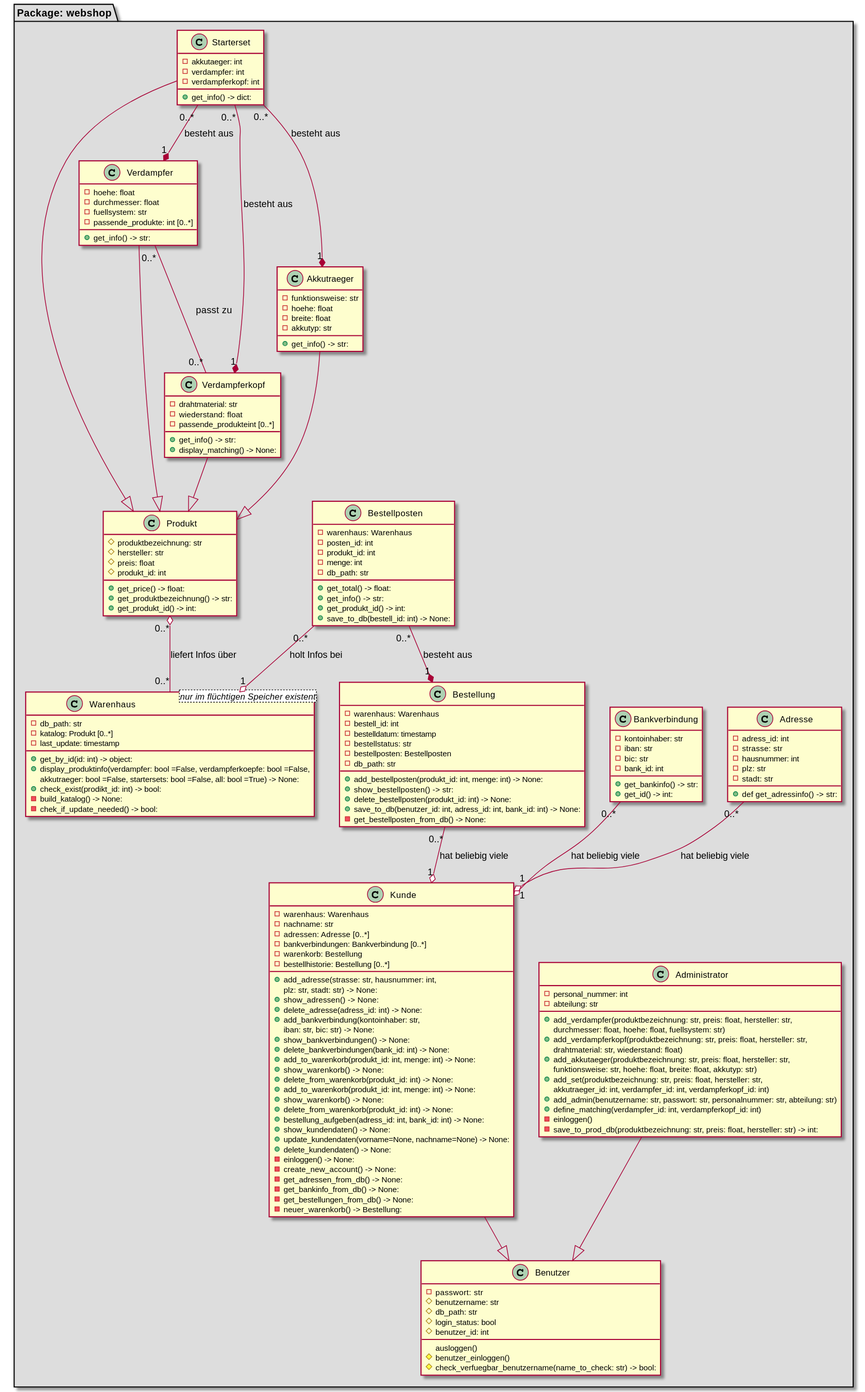
This is Schaubilder/Klassendiagramm.svg from jmk74871/Laborbericht-PRG24, a PlantUML export, as it was before one commit. Source of this version:
```plantuml
@startuml
package "Package: webshop" #DDDDDD{

class Administrator{
- personal_nummer: int
- abteilung: str

+ add_verdampfer(produktbezeichnung: str, preis: float, hersteller: str,
        durchmesser: float, hoehe: float, fuellsystem: str)
+ add_verdampferkopf(produktbezeichnung: str, preis: float, hersteller: str,
        drahtmaterial: str, wiederstand: float)
+ add_akkutaeger(produktbezeichnung: str, preis: float, hersteller: str,
        funktionsweise: str, hoehe: float, breite: float, akkutyp: str)
+ add_set(produktbezeichnung: str, preis: float, hersteller: str,
        akkutraeger_id: int, verdampfer_id: int, verdampferkopf_id: int)
+ add_admin(benutzername: str, passwort: str, personalnummer: str, abteilung: str)
+ define_matching(verdampfer_id: int, verdampferkopf_id: int)
- einloggen()
 -save_to_prod_db(produktbezeichnung: str, preis: float, hersteller: str) -> int:
}

class Benutzer{
- passwort: str
# benutzername: str
# db_path: str
# login_status: bool
# benutzer_id: int

ausloggen()
# benutzer_einloggen()
# check_verfuegbar_benutzername(name_to_check: str) -> bool:
}

class Kunde{
- warenhaus: Warenhaus
- nachname: str
- adressen: Adresse [0..*]
- bankverbindungen: Bankverbindung [0..*]
- warenkorb: Bestellung
- bestellhistorie: Bestellung [0..*]

+ add_adresse(strasse: str, hausnummer: int,
        plz: str, stadt: str) -> None:
+ show_adressen() -> None:
+ delete_adresse(adress_id: int) -> None:
+ add_bankverbindung(kontoinhaber: str,
        iban: str, bic: str) -> None:
+ show_bankverbindungen() -> None:
+ delete_bankverbindungen(bank_id: int) -> None:
+ add_to_warenkorb(produkt_id: int, menge: int) -> None:
+ show_warenkorb() -> None:
+ delete_from_warenkorb(produkt_id: int) -> None:
+ add_to_warenkorb(produkt_id: int, menge: int) -> None:
+ show_warenkorb() -> None:
+ delete_from_warenkorb(produkt_id: int) -> None:
+ bestellung_aufgeben(adress_id: int, bank_id: int) -> None:
+ show_kundendaten() -> None:
+ update_kundendaten(vorname=None, nachname=None) -> None:
+ delete_kundendaten() -> None:
- einloggen() -> None:
- create_new_account() -> None:
- get_adressen_from_db() -> None:
- get_bankinfo_from_db() -> None:
- get_bestellungen_from_db() -> None:
- neuer_warenkorb() -> Bestellung:
}

class Adresse{
- adress_id: int
- strasse: str
- hausnummer: int
- plz: str
- stadt: str

+ def get_adressinfo() -> str:
}

class Bankverbindung{
- kontoinhaber: str
- iban: str
- bic: str
- bank_id: int

+ get_bankinfo() -> str:
+ get_id() -> int:
}

class Bestellung{
- warenhaus: Warenhaus
- bestell_id: int
- bestelldatum: timestamp
- bestellstatus: str
- bestellposten: Bestellposten
- db_path: str

+ add_bestellposten(produkt_id: int, menge: int) -> None:
+ show_bestellposten() -> str:
+ delete_bestellposten(produkt_id: int) -> None:
+ save_to_db(benutzer_id: int, adress_id: int, bank_id: int) -> None:
- get_bestellposten_from_db() -> None:
}

class Bestellposten{
- warenhaus: Warenhaus
- posten_id: int
- produkt_id: int
- menge: int
- db_path: str

+ get_total() -> float:
+ get_info() -> str:
+ get_produkt_id() -> int:
+ save_to_db(bestell_id: int) -> None:
}

class Produkt{
# produktbezeichnung: str
# hersteller: str
# preis: float
# produkt_id: int

+ get_price() -> float:
+ get_produktbezeichnung() -> str:
+ get_produkt_id() -> int:
}

class Starterset{
- akkutaeger: int
- verdampfer: int
- verdampferkopf: int

+ get_info() -> dict:
}

class Verdampfer{
- hoehe: float
- durchmesser: float
- fuellsystem: str
- passende_produkte: int [0..*]

+ get_info() -> str:
}

class Verdampferkopf{
- drahtmaterial: str
- wiederstand: float
- passende_produkteint [0..*]

+ get_info() -> str:
+ display_matching() -> None:
}

class Akkutraeger{
- funktionsweise: str
- hoehe: float
- breite: float
- akkutyp: str

+ get_info() -> str:
}

class Warenhaus <nur im flüchtigen Speicher existent>{
- db_path: str
- katalog: Produkt [0..*]
- last_update: timestamp

+ get_by_id(id: int) -> object:
+ display_produktinfo(verdampfer: bool =False, verdampferkoepfe: bool =False,
        akkutraeger: bool =False, startersets: bool =False, all: bool =True) -> None:
+ check_exist(prodikt_id: int) -> bool:
- build_katalog() -> None:
- chek_if_update_needed() -> bool:
}



Verdampfer --|> Produkt
Verdampferkopf --|> Produkt
Akkutraeger --|> Produkt
Starterset --|> Produkt

Verdampfer "0..*" -- "0..*" Verdampferkopf : passt zu

Administrator --|> Benutzer
Kunde --|> Benutzer

Bankverbindung "0..*" --o "1" Kunde : hat beliebig viele
Adresse "0..*" --o "1" Kunde : hat beliebig viele
Bestellung "0..*" --o "1" Kunde : hat beliebig viele
Bestellposten "0..*" --* "1" Bestellung : besteht aus

Bestellposten "0..*" --o "1" Warenhaus : holt Infos bei
Produkt "0..*" o-- "0..*" Warenhaus : liefert Infos über

Starterset "0..*" --* "1" Verdampfer : besteht aus
Starterset "0..*" --* "1" Verdampferkopf : besteht aus
Starterset "0..*" --* "1" Akkutraeger : besteht aus
}
@enduml
```
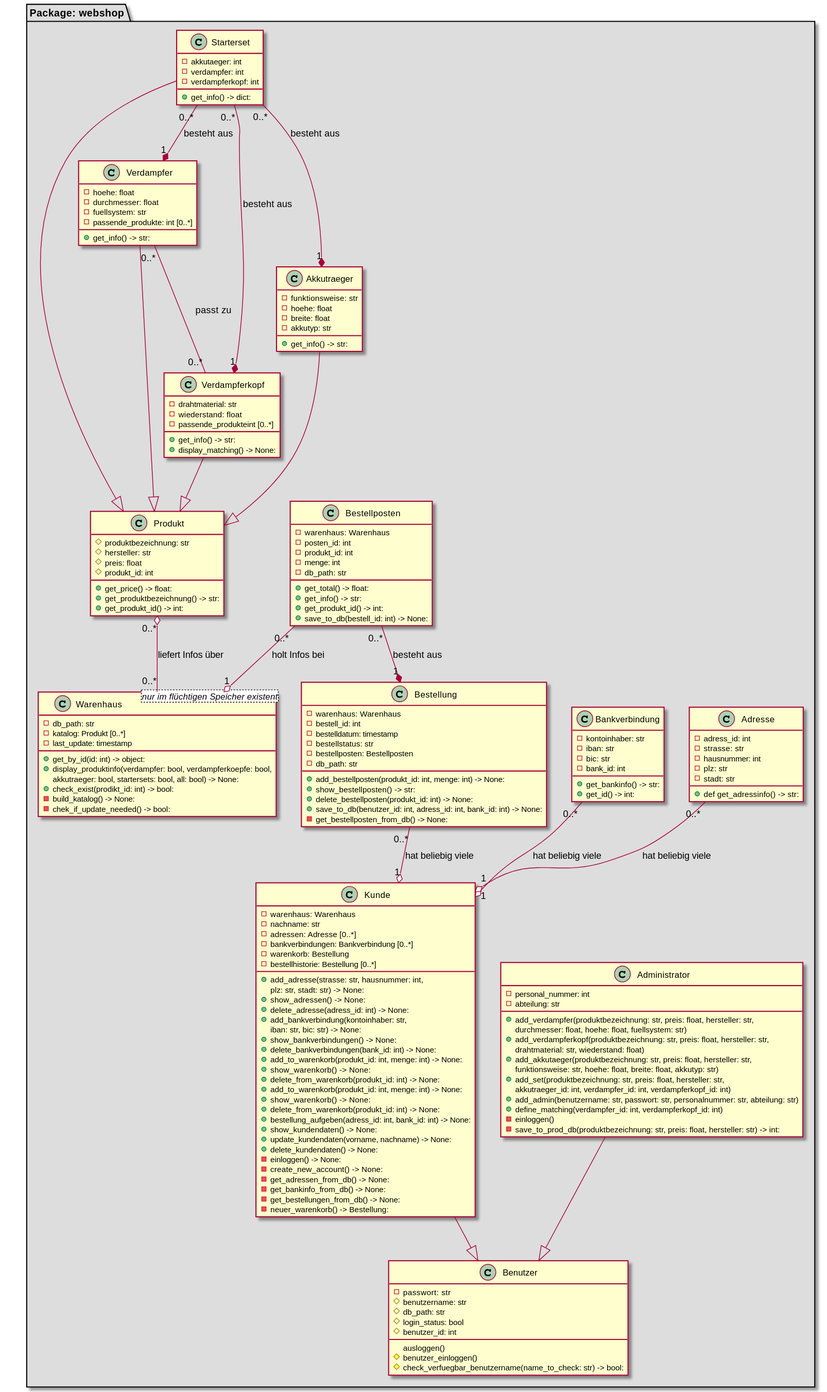
After the commit.

Diff of the diagram source:
```diff
@@ -55,7 +55,7 @@
 + delete_from_warenkorb(produkt_id: int) -> None:
 + bestellung_aufgeben(adress_id: int, bank_id: int) -> None:
 + show_kundendaten() -> None:
-+ update_kundendaten(vorname=None, nachname=None) -> None:
++ update_kundendaten(vorname, nachname) -> None:
 + delete_kundendaten() -> None:
 - einloggen() -> None:
 - create_new_account() -> None:
@@ -165,8 +165,8 @@
 - last_update: timestamp
 
 + get_by_id(id: int) -> object:
-+ display_produktinfo(verdampfer: bool =False, verdampferkoepfe: bool =False,
-        akkutraeger: bool =False, startersets: bool =False, all: bool =True) -> None:
++ display_produktinfo(verdampfer: bool, verdampferkoepfe: bool,
+        akkutraeger: bool, startersets: bool, all: bool) -> None:
 + check_exist(prodikt_id: int) -> bool:
 - build_katalog() -> None:
 - chek_if_update_needed() -> bool:
```
